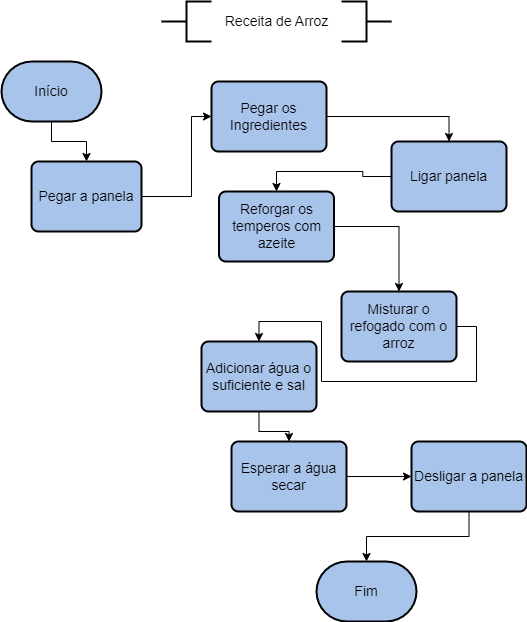
The draw.io diagram estudosfluxogramadois.drawio.png in Tavarina/diagramasMaiscode, before a commit. Source tidied: cells renumbered, new cells last; positions are measured from the earlier drawing's top-left corner, leaving out a move shared by most shapes.
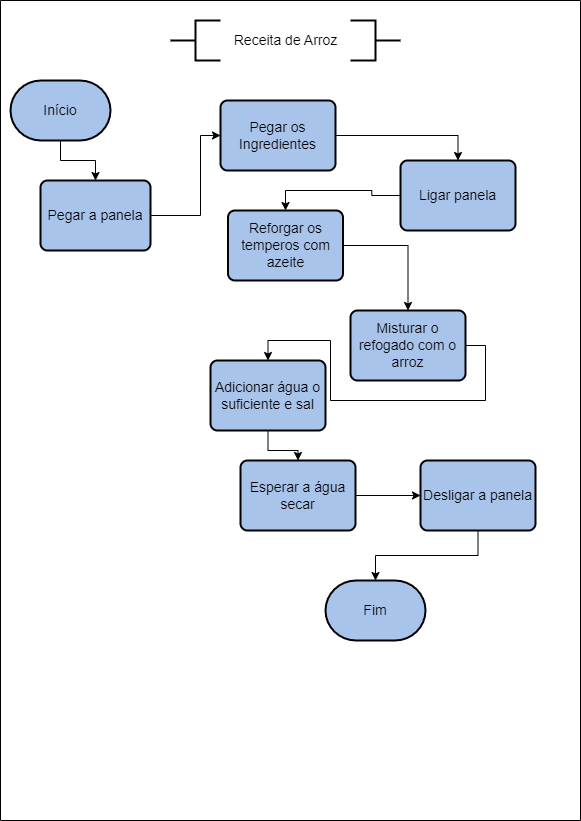
The same file after the commit.

Change to the diagram source:
```diff
@@ -2,6 +2,15 @@
   <root>
     <mxCell id="0" />
     <mxCell id="1" parent="0" />
+    <mxCell id="24" style="shape=table;startSize=0;fontSize=14;fillColor=#FFFFFF;" parent="1" vertex="1">
+      <mxGeometry x="-10" y="-20" width="580" height="820" as="geometry" />
+    </mxCell>
+    <mxCell id="25" style="shape=tableRow;horizontal=0;startSize=0;swimlaneHead=0;swimlaneBody=0;top=0;left=0;bottom=0;right=0;fillColor=none;fontSize=14;" parent="24" vertex="1">
+      <mxGeometry width="580" height="820" as="geometry" />
+    </mxCell>
+    <mxCell id="26" style="shape=partialRectangle;html=1;whiteSpace=wrap;overflow=hidden;fillColor=none;top=0;left=0;bottom=0;right=0;fontSize=14;" parent="25" vertex="1">
+      <mxGeometry width="580" height="820" as="geometry" />
+    </mxCell>
     <mxCell id="2" style="strokeWidth=2;html=1;shape=mxgraph.flowchart.annotation_2;align=left;labelPosition=right;" parent="1" vertex="1">
       <mxGeometry x="160" width="50" height="40" as="geometry" />
     </mxCell>
```
